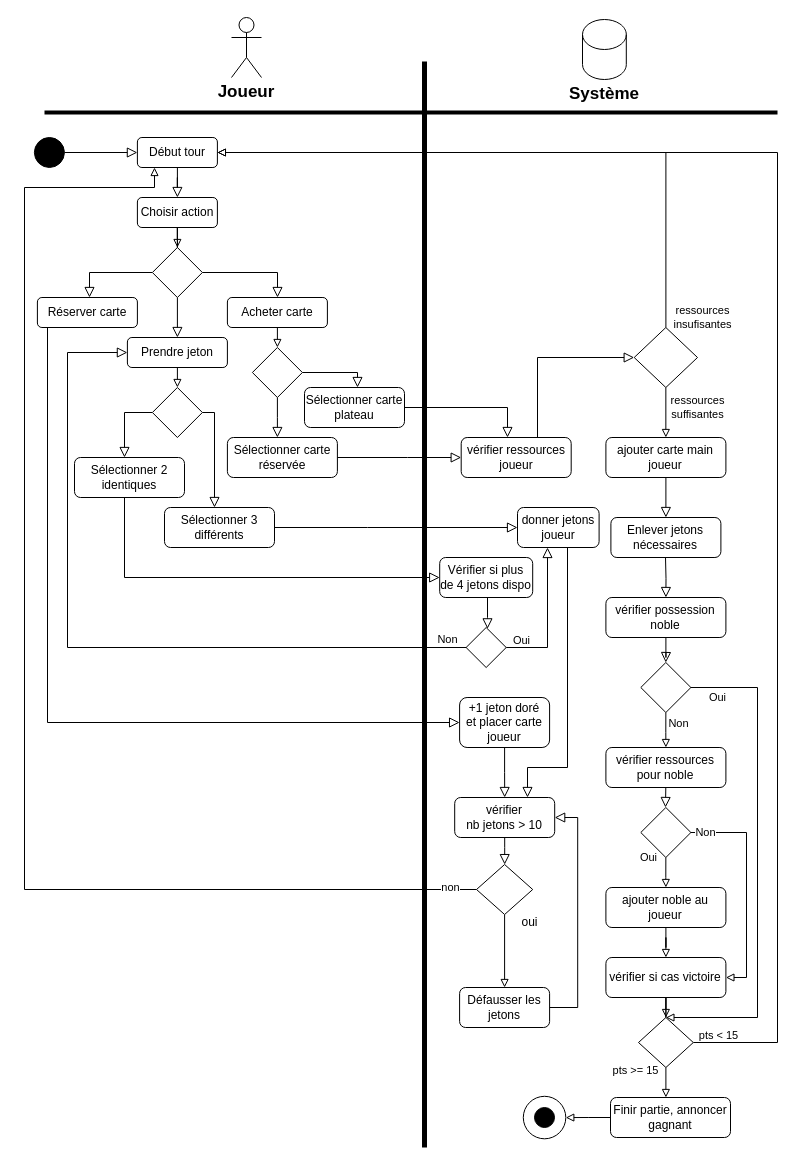
Before: Diagrammes/diagramme activité jouer partie.drawio in Igniiis/projet_splendor, a draw.io diagram. Source tidied: cells renumbered, new cells numbered last; positions are measured from the earlier drawing's top-left corner, leaving out a move shared by most shapes. Both pictures are drawn from the tidied source at 100%, with x=0, y=0 at pixel (24, 17).
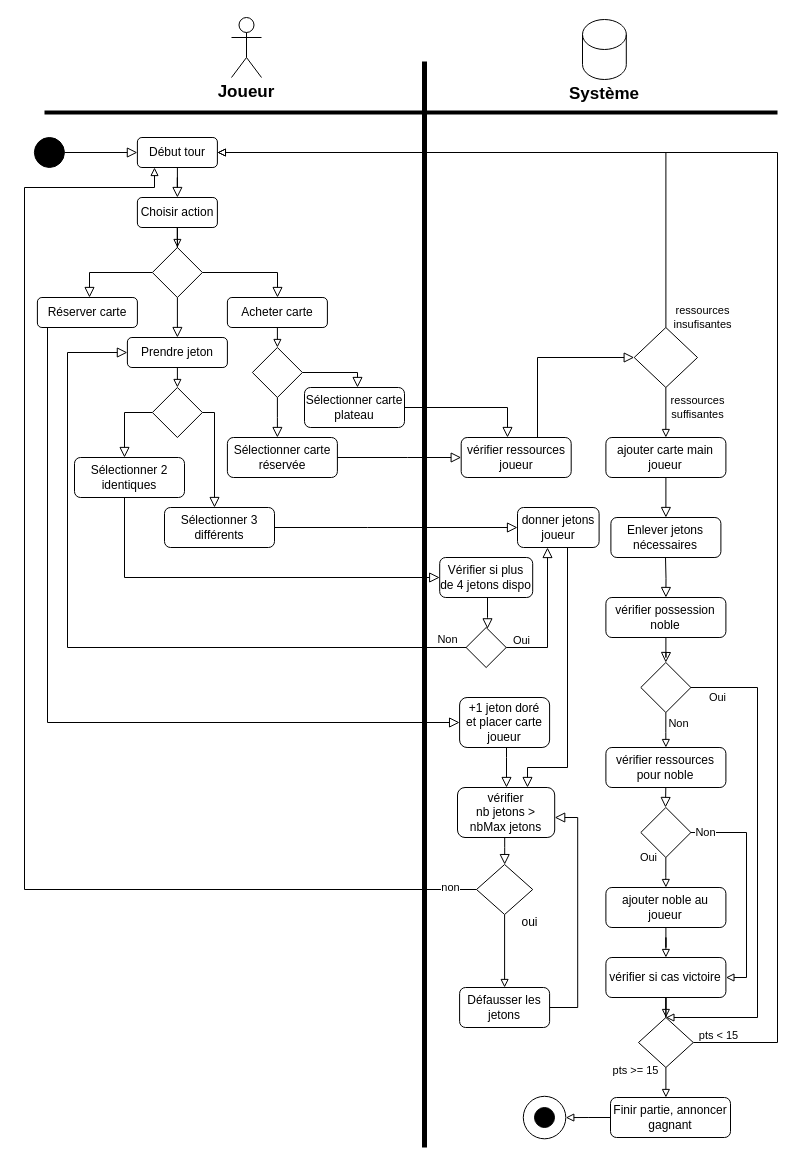
Above is the later version.

Commit message:
Mettre à jour diagramme activité jouer partie.drawio

Unchanged cells that the change refers to:
```xml
<mxCell id="78" value="+1 jeton doré&lt;br&gt;et placer carte joueur" style="rounded=1;whiteSpace=wrap;html=1;fontSize=12;glass=0;strokeWidth=1;shadow=0;" parent="1" vertex="1">
  <mxGeometry x="435.1" y="680" width="90" height="50" as="geometry" />
</mxCell>
```

Diff of the diagram source:
```diff
@@
-    <mxCell id="53" value="vérifier &lt;br&gt;nb jetons &amp;gt; 10" style="rounded=1;whiteSpace=wrap;html=1;fontSize=12;glass=0;strokeWidth=1;shadow=0;" parent="1" vertex="1">
-      <mxGeometry x="430.2" y="780" width="100" height="40" as="geometry" />
+    <mxCell id="53" value="vérifier &lt;br&gt;nb jetons &amp;gt; nbMax jetons" style="rounded=1;whiteSpace=wrap;html=1;fontSize=12;glass=0;strokeWidth=1;shadow=0;" parent="1" vertex="1">
+      <mxGeometry x="433" y="770" width="97.2" height="50" as="geometry" />
     </mxCell>
@@
     <mxCell id="63" style="rounded=0;html=1;jettySize=auto;fontSize=11;endArrow=block;endFill=0;endSize=8;strokeWidth=1;shadow=0;labelBackgroundColor=none;edgeStyle=orthogonalEdgeStyle;" parent="1" edge="1" source="78" target="53">
-      <mxGeometry y="20" relative="1" as="geometry" />
+      <mxGeometry y="20" relative="1" as="geometry">
+        <Array as="points">
+          <mxPoint x="482" y="740" />
+          <mxPoint x="482" y="740" />
+        </Array>
+      </mxGeometry>
     </mxCell>
```
